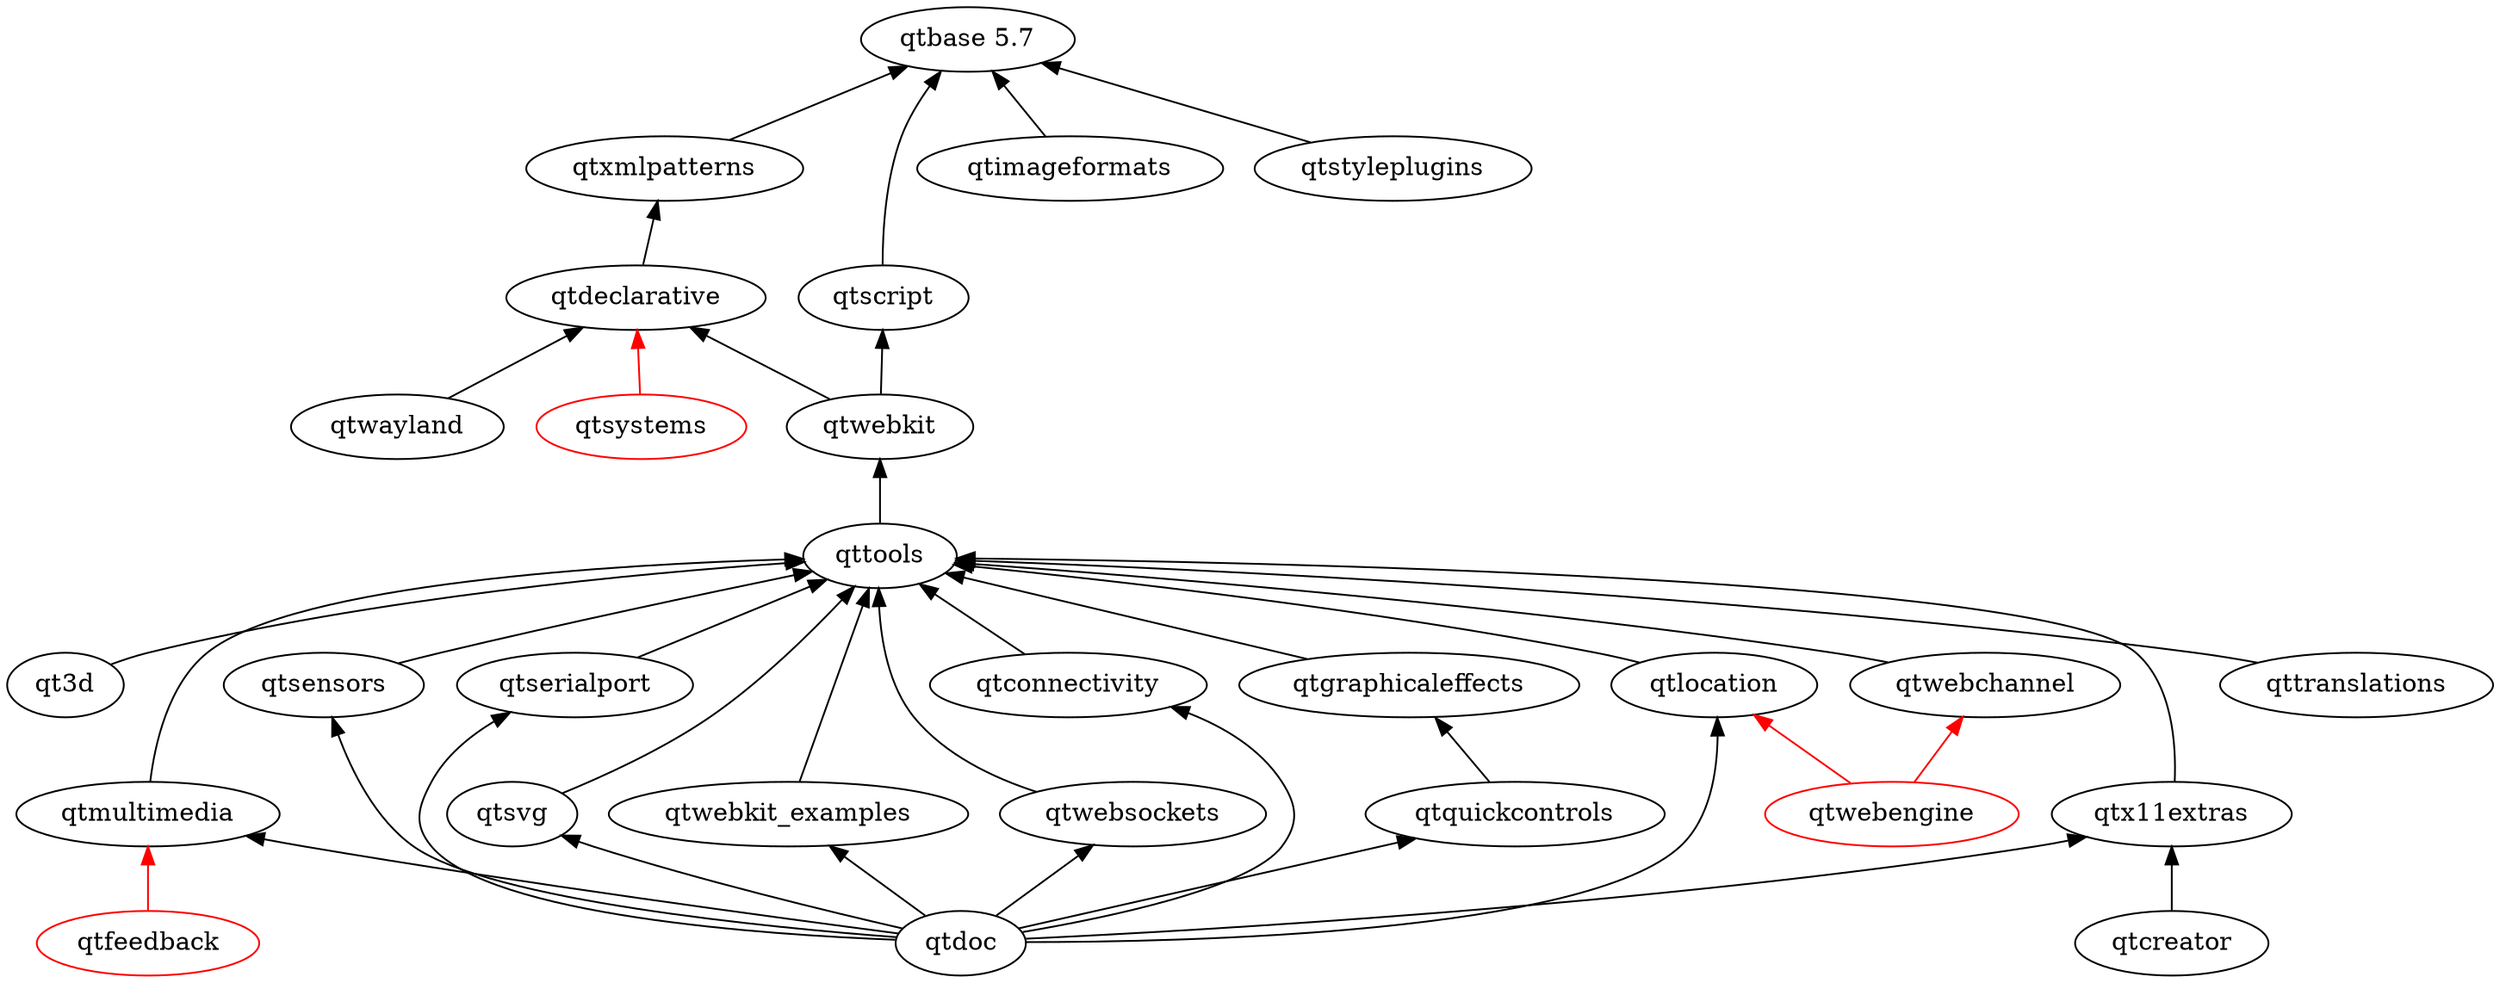
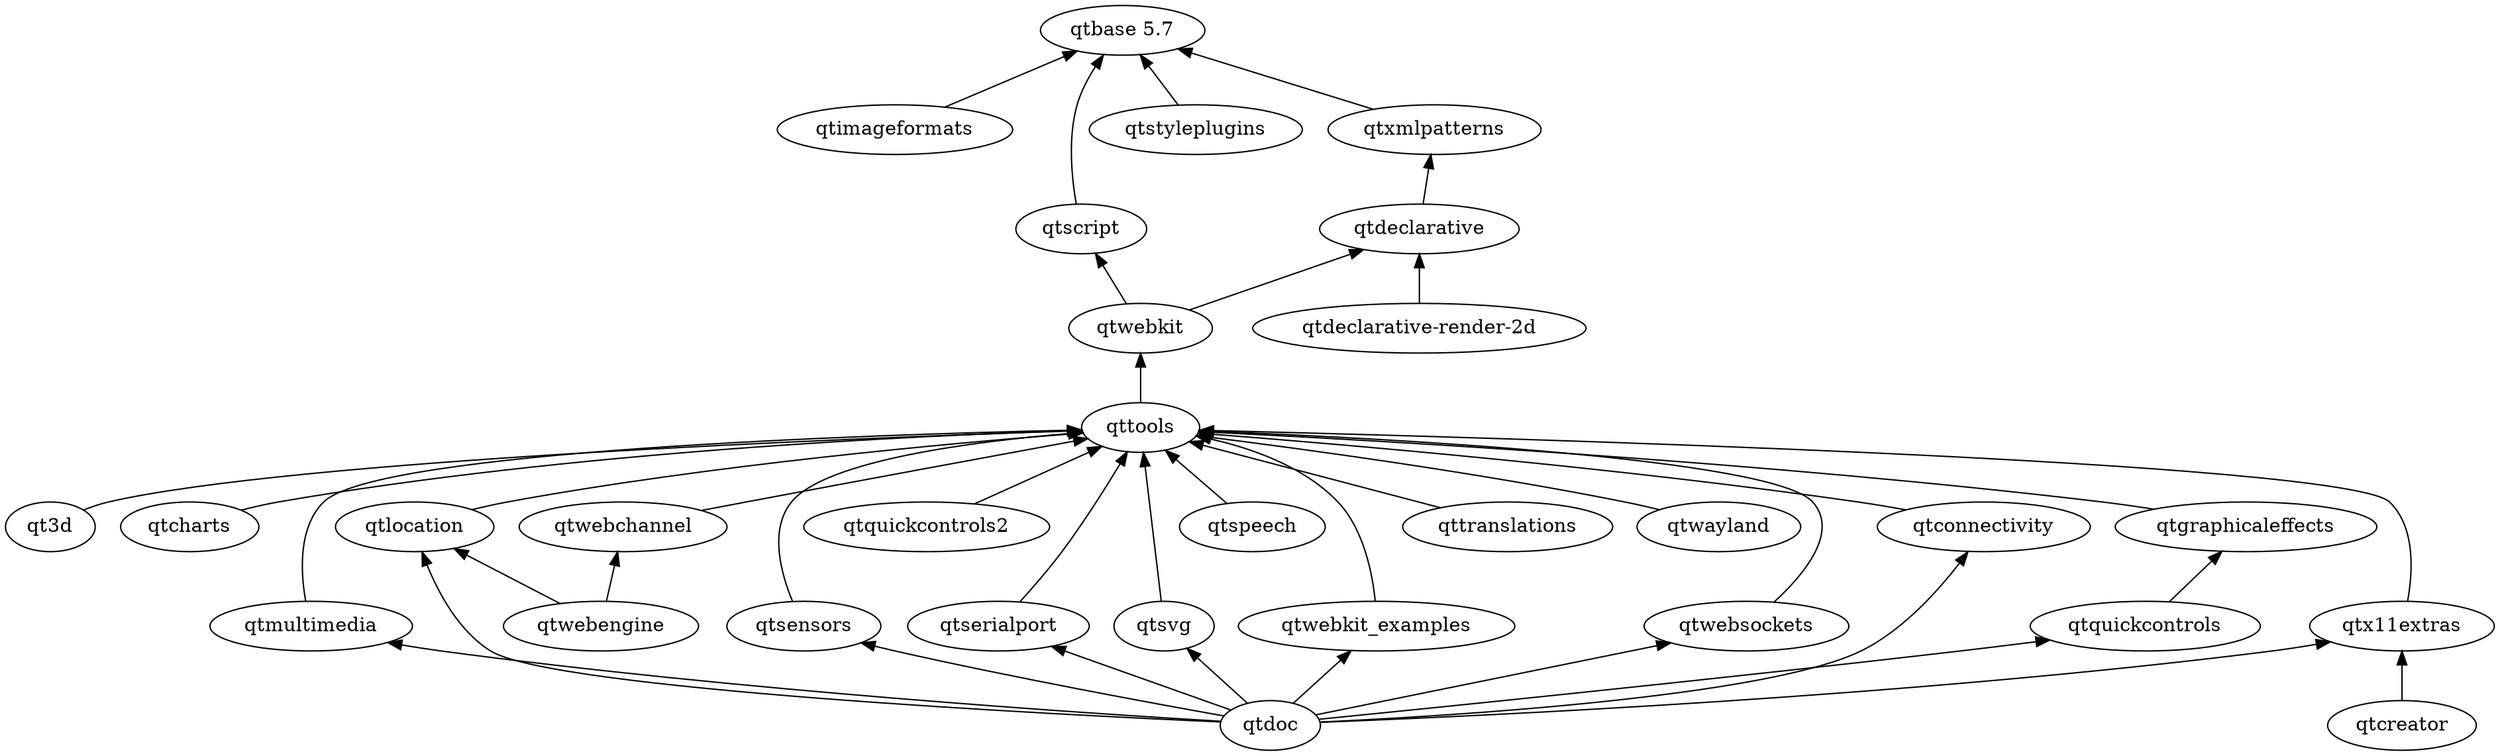
digraph qt5 {
  graph [
    rankdir = "BT"
  ]

  qt3d
  "qtbase 5.7"
+   qtcharts
  qtconnectivity
  qtcreator
  qtdeclarative
+   "qtdeclarative-render-2d"
  qtdoc
-   qtfeedback [ color = red ]
  qtgraphicaleffects
  qtimageformats
  qtlocation
  qtmultimedia
  qtquickcontrols
+   qtquickcontrols2
  qtscript
  qtsensors
  qtserialport
+   qtspeech
  qtstyleplugins
  qtsvg
-   qtsystems [ color = red ]
  qttools
  qttranslations
  qtwayland
+   qtwebchannel
+   qtwebengine
  qtwebkit
  qtwebkit_examples
  qtwebsockets
  qtx11extras
  qtxmlpatterns
-   qtwebchannel
-   qtwebengine [ color = red ]

  qt3d -> qttools
+   qtcharts -> qttools
  qtconnectivity -> qttools
  qtcreator -> qtx11extras
  qtdeclarative -> qtxmlpatterns
+   "qtdeclarative-render-2d" -> qtdeclarative
+   qtdoc -> qtconnectivity
+   qtdoc -> qtlocation
  qtdoc -> qtmultimedia
-   qtdoc -> qtlocation
  qtdoc -> qtquickcontrols
  qtdoc -> qtsensors
  qtdoc -> qtserialport
  qtdoc -> qtsvg
-   qtdoc -> qtx11extras
  qtdoc -> qtwebkit_examples
  qtdoc -> qtwebsockets
-   qtdoc -> qtconnectivity
+   qtdoc -> qtx11extras
  qtgraphicaleffects -> qttools
  qtimageformats -> "qtbase 5.7"
+   qtlocation -> qttools
  qtmultimedia -> qttools
  qtquickcontrols -> qtgraphicaleffects
+   qtquickcontrols2 -> qttools
+   qtscript -> "qtbase 5.7"
  qtsensors -> qttools
  qtserialport -> qttools
-   qtscript -> "qtbase 5.7"
+   qtspeech -> qttools
  qtstyleplugins -> "qtbase 5.7"
  qtsvg -> qttools
  qttools -> qtwebkit
  qttranslations -> qttools
-   qtwayland -> qtdeclarative
+   qtwayland -> qttools
+   qtwebchannel -> qttools
+   qtwebengine -> qtlocation
+   qtwebengine -> qtwebchannel
+   qtwebkit -> qtdeclarative
  qtwebkit -> qtscript
-   qtwebkit -> qtdeclarative
  qtwebkit_examples -> qttools
  qtwebsockets -> qttools
  qtx11extras -> qttools
  qtxmlpatterns -> "qtbase 5.7"
-   qtlocation -> qttools
-   qtwebchannel -> qttools
- 
-   // unsure/not-uploaded
-   qtfeedback -> qtmultimedia [ color = red ]
-   qtsystems -> qtdeclarative [ color = red ]
-   qtwebengine -> qtwebchannel [ color = red ]
-   qtwebengine -> qtlocation [color = red]
}
